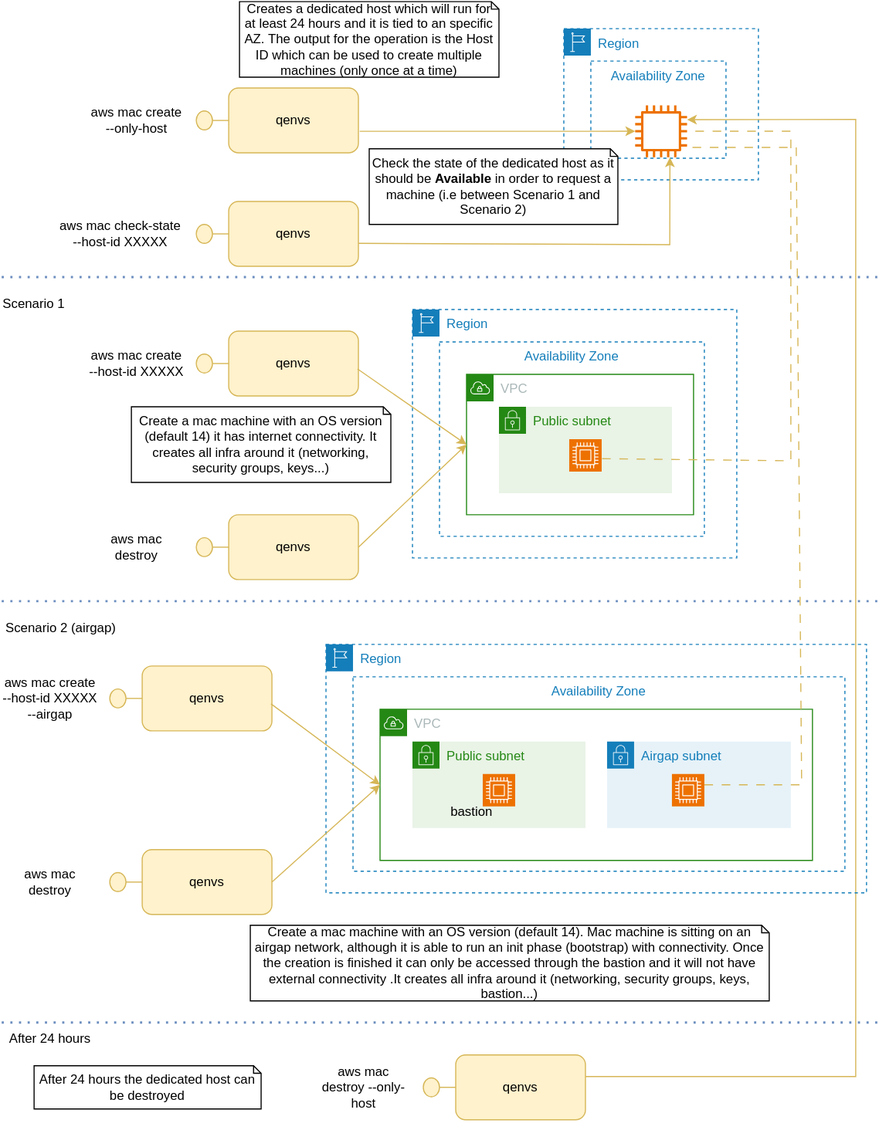
The draw.io diagram docs/aws/mac.svg in redhat-developer/mapt, before a commit. Source tidied: cells renumbered, new cells last; positions are measured from the earlier drawing's top-left corner, leaving out a move shared by most shapes.
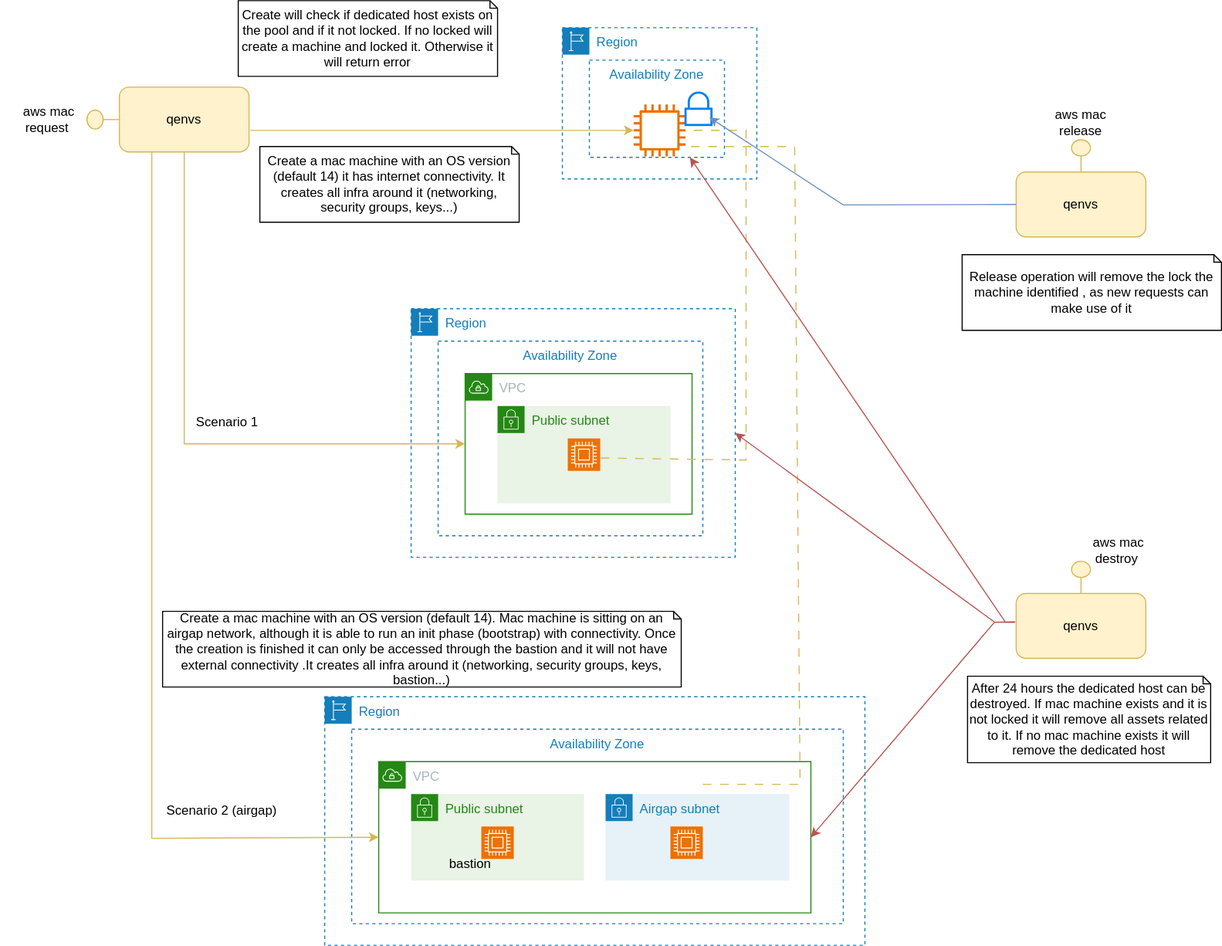
After the commit.

Diff of the diagram source:
```diff
@@ -5,9 +5,9 @@
     <mxCell id="2" value="qenvs" style="rounded=1;whiteSpace=wrap;html=1;fillColor=#fff2cc;strokeColor=#d6b656;" parent="1" vertex="1">
-      <mxGeometry x="210" y="80" width="120" height="60" as="geometry" />
+      <mxGeometry x="110" y="80" width="120" height="60" as="geometry" />
     </mxCell>
     <mxCell id="3" style="html=1;whiteSpace=wrap;fillColor=#fff2cc;shape=mxgraph.archimate3.interface;rotation=-180;strokeColor=#d6b656;" parent="1" vertex="1">
-      <mxGeometry x="180" y="101.2" width="30" height="17.5" as="geometry" />
+      <mxGeometry x="80" y="101.2" width="30" height="17.5" as="geometry" />
     </mxCell>
-    <mxCell id="4" value="aws mac create --only-host" style="text;html=1;strokeColor=none;fillColor=none;align=center;verticalAlign=middle;whiteSpace=wrap;rounded=0;" parent="1" vertex="1">
-      <mxGeometry x="80" y="70" width="90" height="80" as="geometry" />
+    <mxCell id="4" value="aws mac request&amp;nbsp;" style="text;html=1;strokeColor=none;fillColor=none;align=center;verticalAlign=middle;whiteSpace=wrap;rounded=0;" parent="1" vertex="1">
+      <mxGeometry y="70" width="90" height="80" as="geometry" />
     </mxCell>
@@ -19,12 +19,2 @@
     </mxCell>
-    <mxCell id="7" style="endArrow=classic;html=1;rounded=0;exitX=1;exitY=0.5;exitDx=0;exitDy=0;fillColor=#fff2cc;strokeColor=#d6b656;" parent="5" edge="1">
-      <mxGeometry relative="1" as="geometry">
-        <mxPoint x="20" y="970" as="sourcePoint" />
-        <mxPoint x="114" y="84.3" as="targetPoint" />
-        <Array as="points">
-          <mxPoint x="270" y="970" />
-          <mxPoint x="270" y="84" />
-        </Array>
-      </mxGeometry>
-    </mxCell>
     <mxCell id="8" value="Availability Zone" style="fillColor=none;strokeColor=#147EBA;dashed=1;verticalAlign=top;fontStyle=0;fontColor=#147EBA;whiteSpace=wrap;html=1;" parent="5" vertex="1">
@@ -32,2 +22,5 @@
     </mxCell>
+    <mxCell id="59" style="html=1;verticalLabelPosition=bottom;align=center;labelBackgroundColor=#ffffff;verticalAlign=top;strokeWidth=2;strokeColor=#0080F0;shadow=0;dashed=0;shape=mxgraph.ios7.icons.locked;" parent="5" vertex="1">
+      <mxGeometry x="114" y="60" width="24" height="30" as="geometry" />
+    </mxCell>
     <mxCell id="9" style="endArrow=classic;html=1;rounded=0;exitX=1.01;exitY=0.668;exitDx=0;exitDy=0;exitPerimeter=0;fillColor=#fff2cc;strokeColor=#d6b656;" parent="1" edge="1" source="2" target="6">
@@ -35,26 +28,5 @@
     </mxCell>
-    <mxCell id="10" value="Creates a dedicated host which will run for at least 24 hours and it is tied to an specific AZ. The output for the operation is the Host ID which can be used to create multiple machines (only once at a time)" style="shape=note;whiteSpace=wrap;html=1;backgroundOutline=1;darkOpacity=0.05;size=7;" parent="1" vertex="1">
+    <mxCell id="10" value="Create will check if dedicated host exists on the pool and if it not locked. If no locked will create a machine and locked it. Otherwise it will return error" style="shape=note;whiteSpace=wrap;html=1;backgroundOutline=1;darkOpacity=0.05;size=7;" parent="1" vertex="1">
       <mxGeometry x="220" width="240" height="70" as="geometry" />
     </mxCell>
-    <mxCell id="11" value="qenvs" style="rounded=1;whiteSpace=wrap;html=1;fillColor=#fff2cc;strokeColor=#d6b656;" parent="1" vertex="1">
-      <mxGeometry x="210" y="185" width="120" height="60" as="geometry" />
-    </mxCell>
-    <mxCell id="12" style="html=1;whiteSpace=wrap;fillColor=#fff2cc;shape=mxgraph.archimate3.interface;rotation=-180;strokeColor=#d6b656;" parent="1" vertex="1">
-      <mxGeometry x="180" y="206.2" width="30" height="17.5" as="geometry" />
-    </mxCell>
-    <mxCell id="13" value="aws mac check-state --host-id XXXXX" style="text;html=1;strokeColor=none;fillColor=none;align=center;verticalAlign=middle;whiteSpace=wrap;rounded=0;" parent="1" vertex="1">
-      <mxGeometry x="50" y="175" width="120" height="80" as="geometry" />
-    </mxCell>
-    <mxCell id="14" value="Check the state of the dedicated host as it should be &lt;b&gt;Available&lt;/b&gt;&amp;nbsp;in order to request a machine (i.e between Scenario 1 and Scenario 2)" style="shape=note;whiteSpace=wrap;html=1;backgroundOutline=1;darkOpacity=0.05;size=7;" parent="1" vertex="1">
-      <mxGeometry x="340" y="136.2" width="230" height="70" as="geometry" />
-    </mxCell>
-    <mxCell id="15" value="qenvs" style="rounded=1;whiteSpace=wrap;html=1;fillColor=#fff2cc;strokeColor=#d6b656;" parent="1" vertex="1">
-      <mxGeometry x="210" y="305" width="120" height="60" as="geometry" />
-    </mxCell>
-    <mxCell id="16" style="html=1;whiteSpace=wrap;fillColor=#fff2cc;shape=mxgraph.archimate3.interface;rotation=-180;strokeColor=#d6b656;" parent="1" vertex="1">
-      <mxGeometry x="180" y="326.2" width="30" height="17.5" as="geometry" />
-    </mxCell>
-    <mxCell id="17" value="aws mac create --host-id XXXXX" style="text;html=1;strokeColor=none;fillColor=none;align=center;verticalAlign=middle;whiteSpace=wrap;rounded=0;" parent="1" vertex="1">
-      <mxGeometry x="80" y="295" width="90" height="80" as="geometry" />
-    </mxCell>
     <mxCell id="18" value="Region" style="points=[[0,0],[0.25,0],[0.5,0],[0.75,0],[1,0],[1,0.25],[1,0.5],[1,0.75],[1,1],[0.75,1],[0.5,1],[0.25,1],[0,1],[0,0.75],[0,0.5],[0,0.25]];outlineConnect=0;gradientColor=none;html=1;whiteSpace=wrap;fontSize=12;fontStyle=0;shape=mxgraph.aws4.group;grIcon=mxgraph.aws4.group_region;strokeColor=#147EBA;fillColor=none;verticalAlign=top;align=left;spacingLeft=30;fontColor=#147EBA;dashed=1;" parent="1" vertex="1">
@@ -69,3 +41,3 @@
     <mxCell id="21" value="Public subnet" style="gradientColor=none;html=1;whiteSpace=wrap;fontSize=12;fontStyle=0;shape=mxgraph.aws4.group;grIcon=mxgraph.aws4.group_security_group;grStroke=0;strokeColor=#248814;fillColor=#E9F3E6;verticalAlign=top;align=left;spacingLeft=30;fontColor=#248814;dashed=0;" parent="18" vertex="1">
-      <mxGeometry x="80" y="90" width="160" height="80" as="geometry" />
+      <mxGeometry x="80" y="90" width="160" height="90" as="geometry" />
     </mxCell>
@@ -74,10 +46,2 @@
     </mxCell>
-    <mxCell id="23" style="endArrow=classic;html=1;rounded=0;exitX=1.01;exitY=0.668;exitDx=0;exitDy=0;exitPerimeter=0;fillColor=#fff2cc;strokeColor=#d6b656;entryX=0.67;entryY=1.004;entryDx=0;entryDy=0;entryPerimeter=0;" parent="1" edge="1" target="6">
-      <mxGeometry relative="1" as="geometry">
-        <mxPoint x="330" y="223.8" as="sourcePoint" />
-        <Array as="points">
-          <mxPoint x="618" y="225" />
-        </Array>
-      </mxGeometry>
-    </mxCell>
     <mxCell id="24" style="endArrow=none;html=1;rounded=0;exitX=1.013;exitY=0.603;exitDx=0;exitDy=0;exitPerimeter=0;fillColor=#fff2cc;strokeColor=#d6b656;dashed=1;dashPattern=8 8;" parent="1" edge="1" source="22" target="6">
@@ -85,4 +49,5 @@
         <Array as="points">
-          <mxPoint x="730" y="425" />
-          <mxPoint x="730" y="120" />
+          <mxPoint x="690" y="425" />
+          <mxPoint x="690" y="265" />
+          <mxPoint x="690" y="120" />
         </Array>
@@ -91,48 +56,19 @@
     <mxCell id="25" value="Create a mac machine with an OS version (default 14) it has internet connectivity. It creates all infra around it (networking, security groups, keys...)" style="shape=note;whiteSpace=wrap;html=1;backgroundOutline=1;darkOpacity=0.05;size=7;" parent="1" vertex="1">
-      <mxGeometry x="120" y="375" width="240" height="70" as="geometry" />
+      <mxGeometry x="240" y="135" width="240" height="70" as="geometry" />
     </mxCell>
-    <mxCell id="26" style="endArrow=classic;html=1;rounded=0;exitX=0.993;exitY=0.584;exitDx=0;exitDy=0;exitPerimeter=0;fillColor=#fff2cc;strokeColor=#d6b656;entryX=0;entryY=0.5;entryDx=0;entryDy=0;" parent="1" edge="1" source="15" target="20">
-      <mxGeometry relative="1" as="geometry" />
+    <mxCell id="26" style="endArrow=classic;html=1;rounded=0;exitX=0.5;exitY=1;exitDx=0;exitDy=0;fillColor=#fff2cc;strokeColor=#d6b656;" parent="1" edge="1" source="2" target="20">
+      <mxGeometry relative="1" as="geometry">
+        <Array as="points">
+          <mxPoint x="170" y="410" />
+        </Array>
+      </mxGeometry>
     </mxCell>
-    <mxCell id="27" value="qenvs" style="rounded=1;whiteSpace=wrap;html=1;fillColor=#fff2cc;strokeColor=#d6b656;" parent="1" vertex="1">
-      <mxGeometry x="210" y="475" width="120" height="60" as="geometry" />
-    </mxCell>
-    <mxCell id="28" style="html=1;whiteSpace=wrap;fillColor=#fff2cc;shape=mxgraph.archimate3.interface;rotation=-180;strokeColor=#d6b656;" parent="1" vertex="1">
-      <mxGeometry x="180" y="496.2" width="30" height="17.5" as="geometry" />
-    </mxCell>
-    <mxCell id="29" value="aws mac destroy" style="text;html=1;strokeColor=none;fillColor=none;align=center;verticalAlign=middle;whiteSpace=wrap;rounded=0;" parent="1" vertex="1">
-      <mxGeometry x="80" y="465" width="90" height="80" as="geometry" />
-    </mxCell>
-    <mxCell id="30" style="endArrow=classic;html=1;rounded=0;exitX=1;exitY=0.5;exitDx=0;exitDy=0;fillColor=#fff2cc;strokeColor=#d6b656;entryX=0;entryY=0.5;entryDx=0;entryDy=0;" parent="1" edge="1" source="27" target="20">
-      <mxGeometry relative="1" as="geometry" />
-    </mxCell>
-    <mxCell id="31" style="endArrow=none;dashed=1;html=1;dashPattern=1 3;strokeWidth=2;rounded=0;fillColor=#dae8fc;strokeColor=#6c8ebf;" parent="1" edge="1">
-      <mxGeometry relative="1" as="geometry">
-        <mxPoint y="255" as="sourcePoint" />
-        <mxPoint x="810" y="255" as="targetPoint" />
-      </mxGeometry>
-    </mxCell>
     <mxCell id="32" value="Scenario 1" style="text;html=1;strokeColor=none;fillColor=none;align=center;verticalAlign=middle;whiteSpace=wrap;rounded=0;" parent="1" vertex="1">
-      <mxGeometry y="265" width="60" height="30" as="geometry" />
+      <mxGeometry x="180" y="375" width="60" height="30" as="geometry" />
     </mxCell>
-    <mxCell id="33" style="endArrow=none;dashed=1;html=1;dashPattern=1 3;strokeWidth=2;rounded=0;fillColor=#dae8fc;strokeColor=#6c8ebf;" parent="1" edge="1">
-      <mxGeometry relative="1" as="geometry">
-        <mxPoint y="555" as="sourcePoint" />
-        <mxPoint x="810" y="555" as="targetPoint" />
-      </mxGeometry>
-    </mxCell>
     <mxCell id="34" value="Scenario 2 (airgap)" style="text;html=1;strokeColor=none;fillColor=none;align=center;verticalAlign=middle;whiteSpace=wrap;rounded=0;" parent="1" vertex="1">
-      <mxGeometry y="565" width="110" height="30" as="geometry" />
+      <mxGeometry x="150" y="735" width="110" height="30" as="geometry" />
     </mxCell>
-    <mxCell id="35" value="qenvs" style="rounded=1;whiteSpace=wrap;html=1;fillColor=#fff2cc;strokeColor=#d6b656;" parent="1" vertex="1">
-      <mxGeometry x="130" y="615" width="120" height="60" as="geometry" />
-    </mxCell>
-    <mxCell id="36" style="html=1;whiteSpace=wrap;fillColor=#fff2cc;shape=mxgraph.archimate3.interface;rotation=-180;strokeColor=#d6b656;" parent="1" vertex="1">
-      <mxGeometry x="100" y="636.2" width="30" height="17.5" as="geometry" />
-    </mxCell>
-    <mxCell id="37" value="aws mac create --host-id XXXXX --airgap" style="text;html=1;strokeColor=none;fillColor=none;align=center;verticalAlign=middle;whiteSpace=wrap;rounded=0;" parent="1" vertex="1">
-      <mxGeometry y="605" width="90" height="80" as="geometry" />
-    </mxCell>
     <mxCell id="38" value="Region" style="gradientColor=none;html=1;whiteSpace=wrap;fontSize=12;fontStyle=0;shape=mxgraph.aws4.group;grIcon=mxgraph.aws4.group_region;strokeColor=#147EBA;fillColor=none;verticalAlign=top;align=left;spacingLeft=30;fontColor=#147EBA;dashed=1;" parent="1" vertex="1">
-      <mxGeometry x="300" y="595" width="500" height="230" as="geometry" />
+      <mxGeometry x="300" y="644" width="500" height="230" as="geometry" />
     </mxCell>
@@ -160,19 +96,11 @@
     <mxCell id="46" value="Create a mac machine with an OS version (default 14). Mac machine is sitting on an airgap network, although it is able to run an init phase (bootstrap) with connectivity. Once the creation is finished it can only be accessed through the bastion and it will not have external connectivity .It creates all infra around it (networking, security groups, keys, bastion...)" style="shape=note;whiteSpace=wrap;html=1;backgroundOutline=1;darkOpacity=0.05;size=7;" parent="1" vertex="1">
-      <mxGeometry x="230" y="855" width="480" height="70" as="geometry" />
+      <mxGeometry x="150" y="565" width="480" height="70" as="geometry" />
     </mxCell>
-    <mxCell id="47" style="endArrow=classic;html=1;rounded=0;exitX=0.993;exitY=0.584;exitDx=0;exitDy=0;exitPerimeter=0;fillColor=#fff2cc;strokeColor=#d6b656;entryX=0;entryY=0.5;entryDx=0;entryDy=0;" parent="1" edge="1" source="35" target="40">
-      <mxGeometry relative="1" as="geometry" />
+    <mxCell id="47" style="endArrow=classic;html=1;rounded=0;exitX=0.25;exitY=1;exitDx=0;exitDy=0;fillColor=#fff2cc;strokeColor=#d6b656;entryX=0;entryY=0.5;entryDx=0;entryDy=0;" parent="1" edge="1" source="2" target="40">
+      <mxGeometry relative="1" as="geometry">
+        <Array as="points">
+          <mxPoint x="140" y="775" />
+        </Array>
+      </mxGeometry>
     </mxCell>
-    <mxCell id="48" value="qenvs" style="rounded=1;whiteSpace=wrap;html=1;fillColor=#fff2cc;strokeColor=#d6b656;" parent="1" vertex="1">
-      <mxGeometry x="130" y="785" width="120" height="60" as="geometry" />
-    </mxCell>
-    <mxCell id="49" style="html=1;whiteSpace=wrap;fillColor=#fff2cc;shape=mxgraph.archimate3.interface;rotation=-180;strokeColor=#d6b656;" parent="1" vertex="1">
-      <mxGeometry x="100" y="806.2" width="30" height="17.5" as="geometry" />
-    </mxCell>
-    <mxCell id="50" value="aws mac destroy" style="text;html=1;strokeColor=none;fillColor=none;align=center;verticalAlign=middle;whiteSpace=wrap;rounded=0;" parent="1" vertex="1">
-      <mxGeometry y="775" width="90" height="80" as="geometry" />
-    </mxCell>
-    <mxCell id="51" style="endArrow=classic;html=1;rounded=0;exitX=1;exitY=0.5;exitDx=0;exitDy=0;fillColor=#fff2cc;strokeColor=#d6b656;entryX=0;entryY=0.5;entryDx=0;entryDy=0;" parent="1" edge="1" source="48" target="40">
-      <mxGeometry relative="1" as="geometry" />
-    </mxCell>
     <mxCell id="52" style="endArrow=none;html=1;rounded=0;fillColor=#fff2cc;strokeColor=#d6b656;dashed=1;dashPattern=8 8;" parent="1" edge="1">
@@ -188,22 +116,53 @@
     <mxCell id="53" value="qenvs" style="rounded=1;whiteSpace=wrap;html=1;fillColor=#fff2cc;strokeColor=#d6b656;" parent="1" vertex="1">
-      <mxGeometry x="420" y="975" width="120" height="60" as="geometry" />
+      <mxGeometry x="940" y="548.5" width="120" height="60" as="geometry" />
     </mxCell>
-    <mxCell id="54" style="html=1;whiteSpace=wrap;fillColor=#fff2cc;shape=mxgraph.archimate3.interface;rotation=-180;strokeColor=#d6b656;" parent="1" vertex="1">
-      <mxGeometry x="390" y="996.2" width="30" height="17.5" as="geometry" />
+    <mxCell id="54" style="html=1;whiteSpace=wrap;fillColor=#fff2cc;shape=mxgraph.archimate3.interface;rotation=-90;strokeColor=#d6b656;" parent="1" vertex="1">
+      <mxGeometry x="985" y="525" width="30" height="17.5" as="geometry" />
     </mxCell>
-    <mxCell id="55" value="aws mac destroy --only-host" style="text;html=1;strokeColor=none;fillColor=none;align=center;verticalAlign=middle;whiteSpace=wrap;rounded=0;" parent="1" vertex="1">
-      <mxGeometry x="290" y="965" width="90" height="80" as="geometry" />
+    <mxCell id="55" value="aws mac destroy&amp;nbsp;" style="text;html=1;strokeColor=none;fillColor=none;align=center;verticalAlign=middle;whiteSpace=wrap;rounded=0;" parent="1" vertex="1">
+      <mxGeometry x="990" y="468.5" width="90" height="80" as="geometry" />
     </mxCell>
-    <mxCell id="56" style="endArrow=none;dashed=1;html=1;dashPattern=1 3;strokeWidth=2;rounded=0;fillColor=#dae8fc;strokeColor=#6c8ebf;" parent="1" edge="1">
-      <mxGeometry relative="1" as="geometry">
-        <mxPoint y="945" as="sourcePoint" />
-        <mxPoint x="810" y="945" as="targetPoint" />
-      </mxGeometry>
-    </mxCell>
-    <mxCell id="57" value="After 24 hours" style="text;html=1;strokeColor=none;fillColor=none;align=center;verticalAlign=middle;whiteSpace=wrap;rounded=0;" parent="1" vertex="1">
-      <mxGeometry x="5" y="945" width="80" height="30" as="geometry" />
-    </mxCell>
-    <mxCell id="58" value="After 24 hours the dedicated host can be destroyed" style="shape=note;whiteSpace=wrap;html=1;backgroundOutline=1;darkOpacity=0.05;size=7;" parent="1" vertex="1">
-      <mxGeometry x="30" y="985" width="210" height="40" as="geometry" />
+    <mxCell id="58" value="After 24 hours the dedicated host can be destroyed. If mac machine exists and it is not locked it will remove all assets related to it. If no mac machine exists it will remove the dedicated host" style="shape=note;whiteSpace=wrap;html=1;backgroundOutline=1;darkOpacity=0.05;size=7;" parent="1" vertex="1">
+      <mxGeometry x="895" y="625" width="225" height="80" as="geometry" />
     </mxCell>
+    <mxCell id="60" value="qenvs" style="rounded=1;whiteSpace=wrap;html=1;fillColor=#fff2cc;strokeColor=#d6b656;" parent="1" vertex="1">
+      <mxGeometry x="940" y="158.5" width="120" height="60" as="geometry" />
+    </mxCell>
+    <mxCell id="61" style="html=1;whiteSpace=wrap;fillColor=#fff2cc;shape=mxgraph.archimate3.interface;rotation=-90;strokeColor=#d6b656;" parent="1" vertex="1">
+      <mxGeometry x="985" y="135" width="30" height="17.5" as="geometry" />
+    </mxCell>
+    <mxCell id="7" style="endArrow=classic;html=1;rounded=0;exitX=-0.007;exitY=0.439;exitDx=0;exitDy=0;fillColor=#f8cecc;strokeColor=#b85450;entryX=1;entryY=0.5;entryDx=0;entryDy=0;exitPerimeter=0;" parent="1" edge="1" source="53" target="18">
+      <mxGeometry relative="1" as="geometry">
+        <Array as="points">
+          <mxPoint x="920" y="575" />
+        </Array>
+      </mxGeometry>
+    </mxCell>
+    <mxCell id="62" style="endArrow=classic;html=1;rounded=0;exitX=-0.011;exitY=0.439;exitDx=0;exitDy=0;fillColor=#f8cecc;strokeColor=#b85450;exitPerimeter=0;" parent="1" edge="1" source="53" target="8">
+      <mxGeometry relative="1" as="geometry">
+        <Array as="points">
+          <mxPoint x="930" y="575" />
+        </Array>
+      </mxGeometry>
+    </mxCell>
+    <mxCell id="63" style="endArrow=classic;html=1;rounded=0;exitX=-0.011;exitY=0.439;exitDx=0;exitDy=0;fillColor=#f8cecc;strokeColor=#b85450;exitPerimeter=0;entryX=1;entryY=0.5;entryDx=0;entryDy=0;" parent="1" edge="1" source="53" target="40">
+      <mxGeometry relative="1" as="geometry">
+        <Array as="points">
+          <mxPoint x="920" y="575" />
+        </Array>
+      </mxGeometry>
+    </mxCell>
+    <mxCell id="64" value="aws mac release" style="text;html=1;strokeColor=none;fillColor=none;align=center;verticalAlign=middle;whiteSpace=wrap;rounded=0;" parent="1" vertex="1">
+      <mxGeometry x="955" y="72.5" width="90" height="80" as="geometry" />
+    </mxCell>
+    <mxCell id="65" style="endArrow=classic;html=1;rounded=0;exitX=0;exitY=0.5;exitDx=0;exitDy=0;fillColor=#dae8fc;strokeColor=#6c8ebf;entryX=0.917;entryY=0.767;entryDx=0;entryDy=0;entryPerimeter=0;" parent="1" edge="1" source="60" target="59">
+      <mxGeometry relative="1" as="geometry">
+        <Array as="points">
+          <mxPoint x="780" y="189" />
+        </Array>
+      </mxGeometry>
+    </mxCell>
+    <mxCell id="66" value="Release operation will remove the lock the machine identified , as new requests can make use of it" style="shape=note;whiteSpace=wrap;html=1;backgroundOutline=1;darkOpacity=0.05;size=7;" parent="1" vertex="1">
+      <mxGeometry x="890" y="235" width="240" height="70" as="geometry" />
+    </mxCell>
   </root>
```
